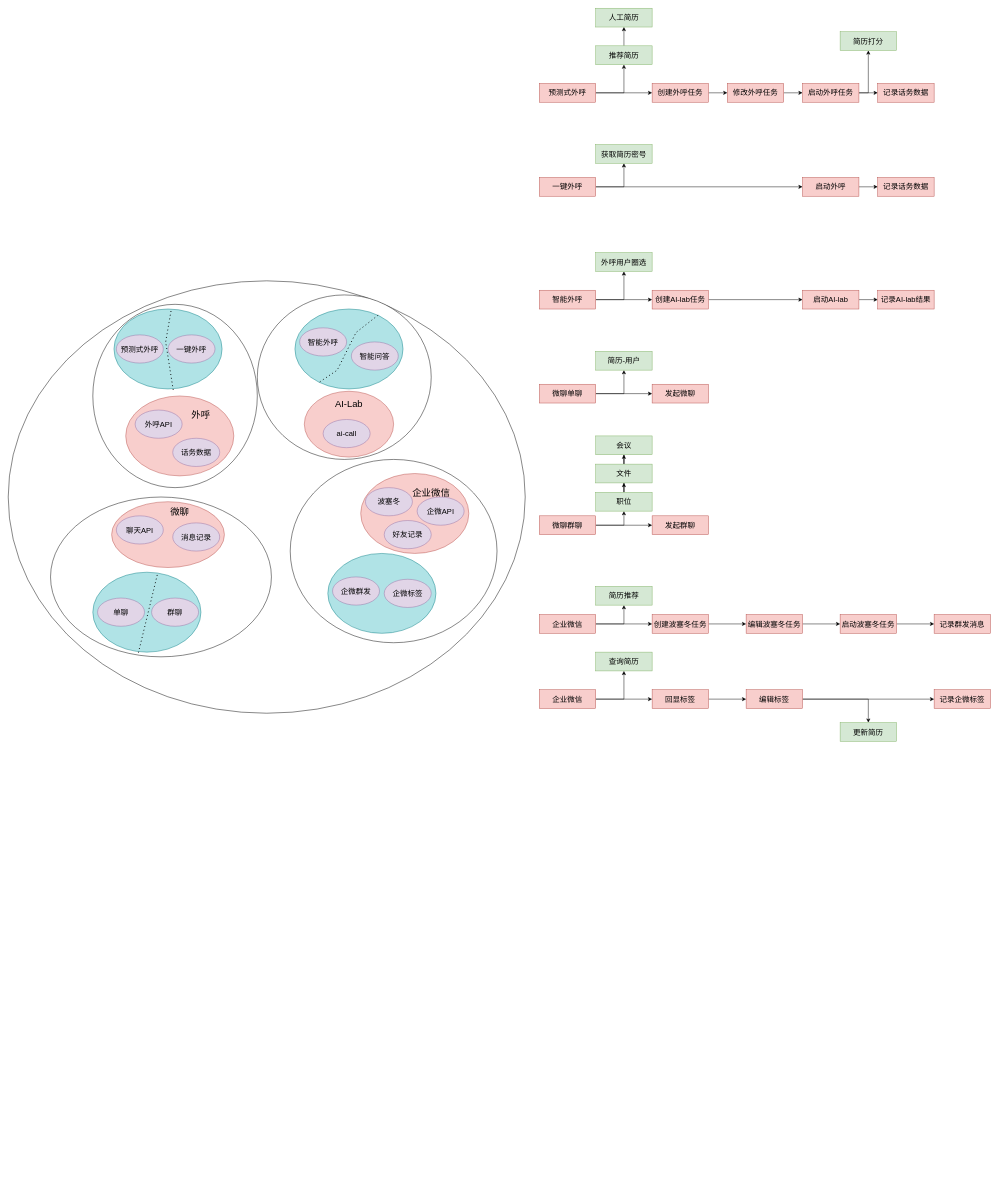
Earlier version of the draw.io diagram 包结构拆分.drawio (LuOyEbY/draw-b). Source tidied: cells renumbered, new cells numbered last; positions are measured from the earlier drawing's top-left corner, leaving out a move shared by most shapes. Both pictures are drawn from the tidied source at 47%, with x=0, y=0 at pixel (8, 8).
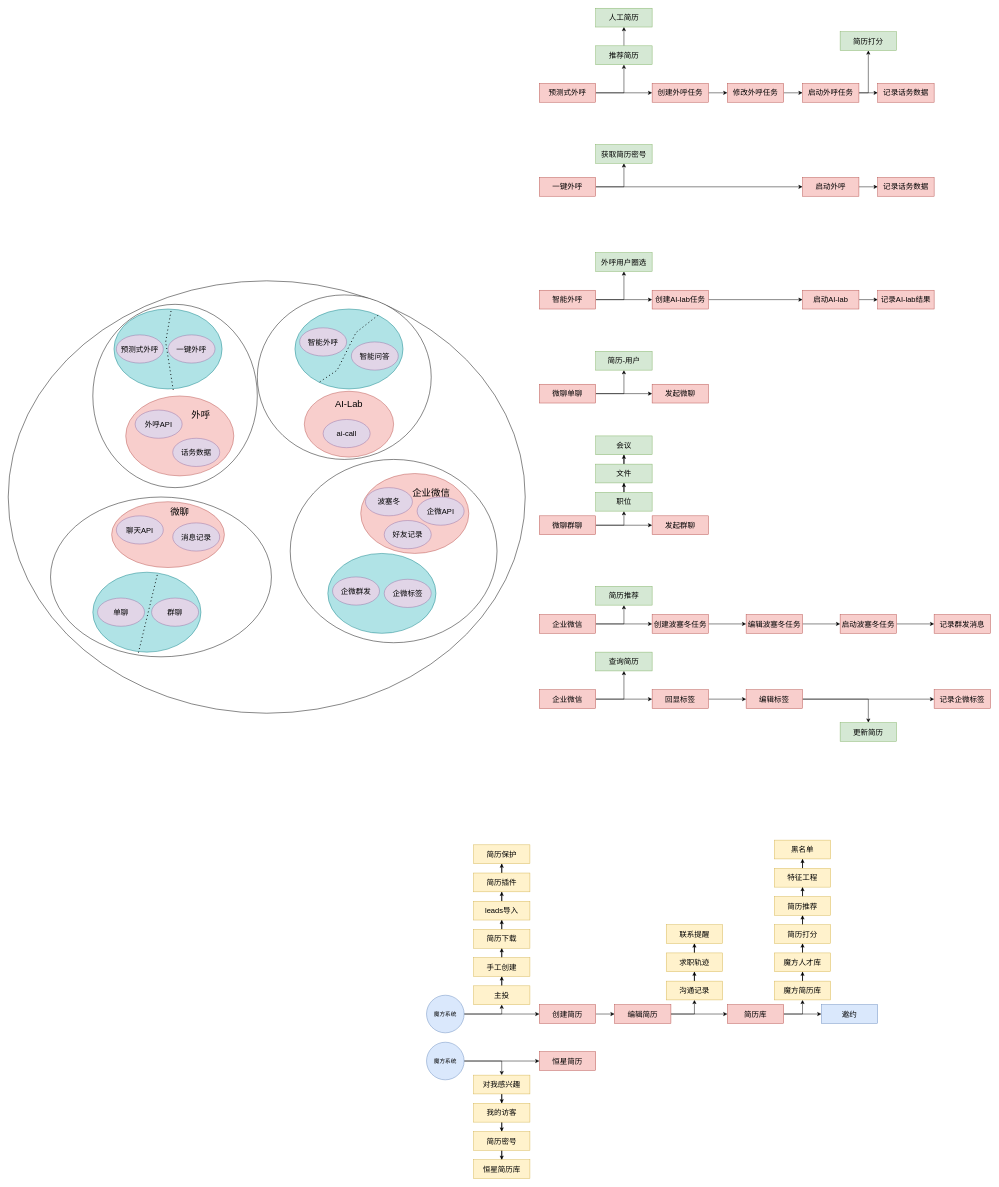
Above is the later version.

Commit message:
更新包结构拆分.drawio

The edit, as a diff of the source:
```diff
@@
+    <mxCell id="112" style="edgeStyle=orthogonalEdgeStyle;rounded=0;jettySize=auto;html=1;" parent="1" edge="1" source="113" target="129">
+      <mxGeometry relative="1" as="geometry" />
+    </mxCell>
+    <mxCell id="113" value="创建简历" style="rounded=0;whiteSpace=wrap;html=1;fontSize=16;fillColor=#f8cecc;strokeColor=#b85450;" parent="1" vertex="1">
+      <mxGeometry x="1130" y="2120" width="120" height="40" as="geometry" />
+    </mxCell>
+    <mxCell id="114" style="edgeStyle=orthogonalEdgeStyle;rounded=0;jettySize=auto;html=1;" parent="1" edge="1" source="116" target="113">
+      <mxGeometry relative="1" as="geometry" />
+    </mxCell>
+    <mxCell id="115" style="edgeStyle=orthogonalEdgeStyle;rounded=0;jettySize=auto;html=1;entryX=0.5;entryY=1;entryDx=0;entryDy=0;" parent="1" edge="1" source="116" target="118">
+      <mxGeometry relative="1" as="geometry" />
+    </mxCell>
+    <mxCell id="116" value="魔方系统" style="ellipse;whiteSpace=wrap;html=1;fillColor=#dae8fc;strokeColor=#6c8ebf;" parent="1" vertex="1">
+      <mxGeometry x="890" y="2100" width="80" height="80" as="geometry" />
+    </mxCell>
+    <mxCell id="117" style="edgeStyle=orthogonalEdgeStyle;rounded=0;jettySize=auto;html=1;" parent="1" edge="1" source="118" target="120">
+      <mxGeometry relative="1" as="geometry" />
+    </mxCell>
+    <mxCell id="118" value="主投" style="rounded=0;whiteSpace=wrap;html=1;fontSize=16;fillColor=#fff2cc;strokeColor=#d6b656;" parent="1" vertex="1">
+      <mxGeometry x="990" y="2080" width="120" height="40" as="geometry" />
+    </mxCell>
+    <mxCell id="119" style="edgeStyle=orthogonalEdgeStyle;rounded=0;jettySize=auto;html=1;" parent="1" edge="1" source="120" target="122">
+      <mxGeometry relative="1" as="geometry" />
+    </mxCell>
+    <mxCell id="120" value="手工创建" style="rounded=0;whiteSpace=wrap;html=1;fontSize=16;fillColor=#fff2cc;strokeColor=#d6b656;" parent="1" vertex="1">
+      <mxGeometry x="990" y="2020" width="120" height="40" as="geometry" />
+    </mxCell>
+    <mxCell id="121" style="edgeStyle=orthogonalEdgeStyle;rounded=0;jettySize=auto;html=1;" parent="1" edge="1" source="122" target="124">
+      <mxGeometry relative="1" as="geometry" />
+    </mxCell>
+    <mxCell id="122" value="简历下载" style="rounded=0;whiteSpace=wrap;html=1;fontSize=16;fillColor=#fff2cc;strokeColor=#d6b656;" parent="1" vertex="1">
+      <mxGeometry x="990" y="1960" width="120" height="40" as="geometry" />
+    </mxCell>
+    <mxCell id="123" style="edgeStyle=orthogonalEdgeStyle;rounded=0;jettySize=auto;html=1;" parent="1" edge="1" source="124" target="126">
+      <mxGeometry relative="1" as="geometry" />
+    </mxCell>
+    <mxCell id="124" value="leads导入" style="rounded=0;whiteSpace=wrap;html=1;fontSize=16;fillColor=#fff2cc;strokeColor=#d6b656;" parent="1" vertex="1">
+      <mxGeometry x="990" y="1900" width="120" height="40" as="geometry" />
+    </mxCell>
+    <mxCell id="125" style="edgeStyle=orthogonalEdgeStyle;rounded=0;jettySize=auto;html=1;" parent="1" edge="1" source="126" target="161">
+      <mxGeometry relative="1" as="geometry" />
+    </mxCell>
+    <mxCell id="126" value="简历插件" style="rounded=0;whiteSpace=wrap;html=1;fontSize=16;fillColor=#fff2cc;strokeColor=#d6b656;" parent="1" vertex="1">
+      <mxGeometry x="990" y="1840" width="120" height="40" as="geometry" />
+    </mxCell>
+    <mxCell id="127" style="edgeStyle=orthogonalEdgeStyle;rounded=0;jettySize=auto;html=1;entryX=0;entryY=0.5;entryDx=0;entryDy=0;" parent="1" edge="1" source="129" target="132">
+      <mxGeometry relative="1" as="geometry" />
+    </mxCell>
+    <mxCell id="128" style="edgeStyle=orthogonalEdgeStyle;rounded=0;jettySize=auto;html=1;" parent="1" edge="1" source="129" target="134">
+      <mxGeometry relative="1" as="geometry">
+        <Array as="points">
+          <mxPoint x="1460" y="2140" />
+        </Array>
+      </mxGeometry>
+    </mxCell>
+    <mxCell id="129" value="编辑简历" style="rounded=0;whiteSpace=wrap;html=1;fontSize=16;fillColor=#f8cecc;strokeColor=#b85450;" parent="1" vertex="1">
+      <mxGeometry x="1290" y="2120" width="120" height="40" as="geometry" />
+    </mxCell>
+    <mxCell id="130" style="edgeStyle=orthogonalEdgeStyle;rounded=0;jettySize=auto;html=1;" parent="1" edge="1" source="132" target="137">
+      <mxGeometry relative="1" as="geometry" />
+    </mxCell>
+    <mxCell id="131" style="edgeStyle=orthogonalEdgeStyle;rounded=0;jettySize=auto;html=1;entryX=0.5;entryY=1;entryDx=0;entryDy=0;" parent="1" edge="1" source="132" target="139">
+      <mxGeometry relative="1" as="geometry">
+        <Array as="points">
+          <mxPoint x="1690" y="2140" />
+        </Array>
+      </mxGeometry>
+    </mxCell>
+    <mxCell id="132" value="简历库" style="rounded=0;whiteSpace=wrap;html=1;fontSize=16;fillColor=#f8cecc;strokeColor=#b85450;" parent="1" vertex="1">
+      <mxGeometry x="1530" y="2120" width="120" height="40" as="geometry" />
+    </mxCell>
+    <mxCell id="133" style="edgeStyle=orthogonalEdgeStyle;rounded=0;jettySize=auto;html=1;" parent="1" edge="1" source="134" target="136">
+      <mxGeometry relative="1" as="geometry" />
+    </mxCell>
+    <mxCell id="134" value="沟通记录" style="rounded=0;whiteSpace=wrap;html=1;fontSize=16;fillColor=#fff2cc;strokeColor=#d6b656;" parent="1" vertex="1">
+      <mxGeometry x="1400" y="2070" width="120" height="40" as="geometry" />
+    </mxCell>
+    <mxCell id="135" style="edgeStyle=orthogonalEdgeStyle;rounded=0;jettySize=auto;html=1;" parent="1" edge="1" source="136" target="160">
+      <mxGeometry relative="1" as="geometry" />
+    </mxCell>
+    <mxCell id="136" value="求职轨迹" style="rounded=0;whiteSpace=wrap;html=1;fontSize=16;fillColor=#fff2cc;strokeColor=#d6b656;" parent="1" vertex="1">
+      <mxGeometry x="1400" y="2010" width="120" height="40" as="geometry" />
+    </mxCell>
+    <mxCell id="137" value="邀约" style="rounded=0;whiteSpace=wrap;html=1;fontSize=16;fillColor=#dae8fc;strokeColor=#6c8ebf;" parent="1" vertex="1">
+      <mxGeometry x="1730" y="2120" width="120" height="40" as="geometry" />
+    </mxCell>
+    <mxCell id="138" style="edgeStyle=orthogonalEdgeStyle;rounded=0;jettySize=auto;html=1;" parent="1" edge="1" source="139" target="141">
+      <mxGeometry relative="1" as="geometry" />
+    </mxCell>
+    <mxCell id="139" value="魔方简历库" style="rounded=0;whiteSpace=wrap;html=1;fontSize=16;fillColor=#fff2cc;strokeColor=#d6b656;" parent="1" vertex="1">
+      <mxGeometry x="1630" y="2070" width="120" height="40" as="geometry" />
+    </mxCell>
+    <mxCell id="140" style="edgeStyle=orthogonalEdgeStyle;rounded=0;jettySize=auto;html=1;" parent="1" edge="1" source="141" target="143">
+      <mxGeometry relative="1" as="geometry" />
+    </mxCell>
+    <mxCell id="141" value="魔方人才库" style="rounded=0;whiteSpace=wrap;html=1;fontSize=16;fillColor=#fff2cc;strokeColor=#d6b656;" parent="1" vertex="1">
+      <mxGeometry x="1630" y="2010" width="120" height="40" as="geometry" />
+    </mxCell>
+    <mxCell id="142" style="edgeStyle=orthogonalEdgeStyle;rounded=0;jettySize=auto;html=1;" parent="1" edge="1" source="143" target="145">
+      <mxGeometry relative="1" as="geometry" />
+    </mxCell>
+    <mxCell id="143" value="简历打分" style="rounded=0;whiteSpace=wrap;html=1;fontSize=16;fillColor=#fff2cc;strokeColor=#d6b656;" parent="1" vertex="1">
+      <mxGeometry x="1630" y="1950" width="120" height="40" as="geometry" />
+    </mxCell>
+    <mxCell id="144" style="edgeStyle=orthogonalEdgeStyle;rounded=0;jettySize=auto;html=1;" parent="1" edge="1" source="145" target="147">
+      <mxGeometry relative="1" as="geometry" />
+    </mxCell>
+    <mxCell id="145" value="简历推荐" style="rounded=0;whiteSpace=wrap;html=1;fontSize=16;fillColor=#fff2cc;strokeColor=#d6b656;" parent="1" vertex="1">
+      <mxGeometry x="1630" y="1890" width="120" height="40" as="geometry" />
+    </mxCell>
+    <mxCell id="146" style="edgeStyle=orthogonalEdgeStyle;rounded=0;jettySize=auto;html=1;" parent="1" edge="1" source="147" target="159">
+      <mxGeometry relative="1" as="geometry" />
+    </mxCell>
+    <mxCell id="147" value="特征工程" style="rounded=0;whiteSpace=wrap;html=1;fontSize=16;fillColor=#fff2cc;strokeColor=#d6b656;" parent="1" vertex="1">
+      <mxGeometry x="1630" y="1830" width="120" height="40" as="geometry" />
+    </mxCell>
+    <mxCell id="148" style="edgeStyle=orthogonalEdgeStyle;rounded=0;jettySize=auto;html=1;entryX=0;entryY=0.5;entryDx=0;entryDy=0;" parent="1" edge="1" source="150" target="151">
+      <mxGeometry relative="1" as="geometry" />
+    </mxCell>
+    <mxCell id="149" style="edgeStyle=orthogonalEdgeStyle;rounded=0;jettySize=auto;html=1;entryX=0.5;entryY=0;entryDx=0;entryDy=0;" parent="1" edge="1" source="150" target="153">
+      <mxGeometry relative="1" as="geometry" />
+    </mxCell>
+    <mxCell id="150" value="魔方系统" style="ellipse;whiteSpace=wrap;html=1;fillColor=#dae8fc;strokeColor=#6c8ebf;" parent="1" vertex="1">
+      <mxGeometry x="890" y="2200" width="80" height="80" as="geometry" />
+    </mxCell>
+    <mxCell id="151" value="恒星简历" style="rounded=0;whiteSpace=wrap;html=1;fontSize=16;fillColor=#f8cecc;strokeColor=#b85450;" parent="1" vertex="1">
+      <mxGeometry x="1130" y="2220" width="120" height="40" as="geometry" />
+    </mxCell>
+    <mxCell id="152" style="edgeStyle=orthogonalEdgeStyle;rounded=0;jettySize=auto;html=1;" parent="1" edge="1" source="153" target="155">
+      <mxGeometry relative="1" as="geometry" />
+    </mxCell>
+    <mxCell id="153" value="对我感兴趣" style="rounded=0;whiteSpace=wrap;html=1;fontSize=16;fillColor=#fff2cc;strokeColor=#d6b656;" parent="1" vertex="1">
+      <mxGeometry x="990" y="2270" width="120" height="40" as="geometry" />
+    </mxCell>
+    <mxCell id="154" style="edgeStyle=orthogonalEdgeStyle;rounded=0;jettySize=auto;html=1;" parent="1" edge="1" source="155" target="157">
+      <mxGeometry relative="1" as="geometry" />
+    </mxCell>
+    <mxCell id="155" value="我的访客" style="rounded=0;whiteSpace=wrap;html=1;fontSize=16;fillColor=#fff2cc;strokeColor=#d6b656;" parent="1" vertex="1">
+      <mxGeometry x="990" y="2330" width="120" height="40" as="geometry" />
+    </mxCell>
+    <mxCell id="156" style="edgeStyle=orthogonalEdgeStyle;rounded=0;jettySize=auto;html=1;" parent="1" edge="1" source="157" target="158">
+      <mxGeometry relative="1" as="geometry" />
+    </mxCell>
+    <mxCell id="157" value="简历密号" style="rounded=0;whiteSpace=wrap;html=1;fontSize=16;fillColor=#fff2cc;strokeColor=#d6b656;" parent="1" vertex="1">
+      <mxGeometry x="990" y="2390" width="120" height="40" as="geometry" />
+    </mxCell>
+    <mxCell id="158" value="恒星简历库" style="rounded=0;whiteSpace=wrap;html=1;fontSize=16;fillColor=#fff2cc;strokeColor=#d6b656;" parent="1" vertex="1">
+      <mxGeometry x="990" y="2450" width="120" height="40" as="geometry" />
+    </mxCell>
+    <mxCell id="159" value="黑名单" style="rounded=0;whiteSpace=wrap;html=1;fontSize=16;fillColor=#fff2cc;strokeColor=#d6b656;" parent="1" vertex="1">
+      <mxGeometry x="1630" y="1770" width="120" height="40" as="geometry" />
+    </mxCell>
+    <mxCell id="160" value="联系提醒" style="rounded=0;whiteSpace=wrap;html=1;fontSize=16;fillColor=#fff2cc;strokeColor=#d6b656;" parent="1" vertex="1">
+      <mxGeometry x="1400" y="1950" width="120" height="40" as="geometry" />
+    </mxCell>
+    <mxCell id="161" value="简历保护" style="rounded=0;whiteSpace=wrap;html=1;fontSize=16;fillColor=#fff2cc;strokeColor=#d6b656;" parent="1" vertex="1">
+      <mxGeometry x="990" y="1780" width="120" height="40" as="geometry" />
+    </mxCell>
```
